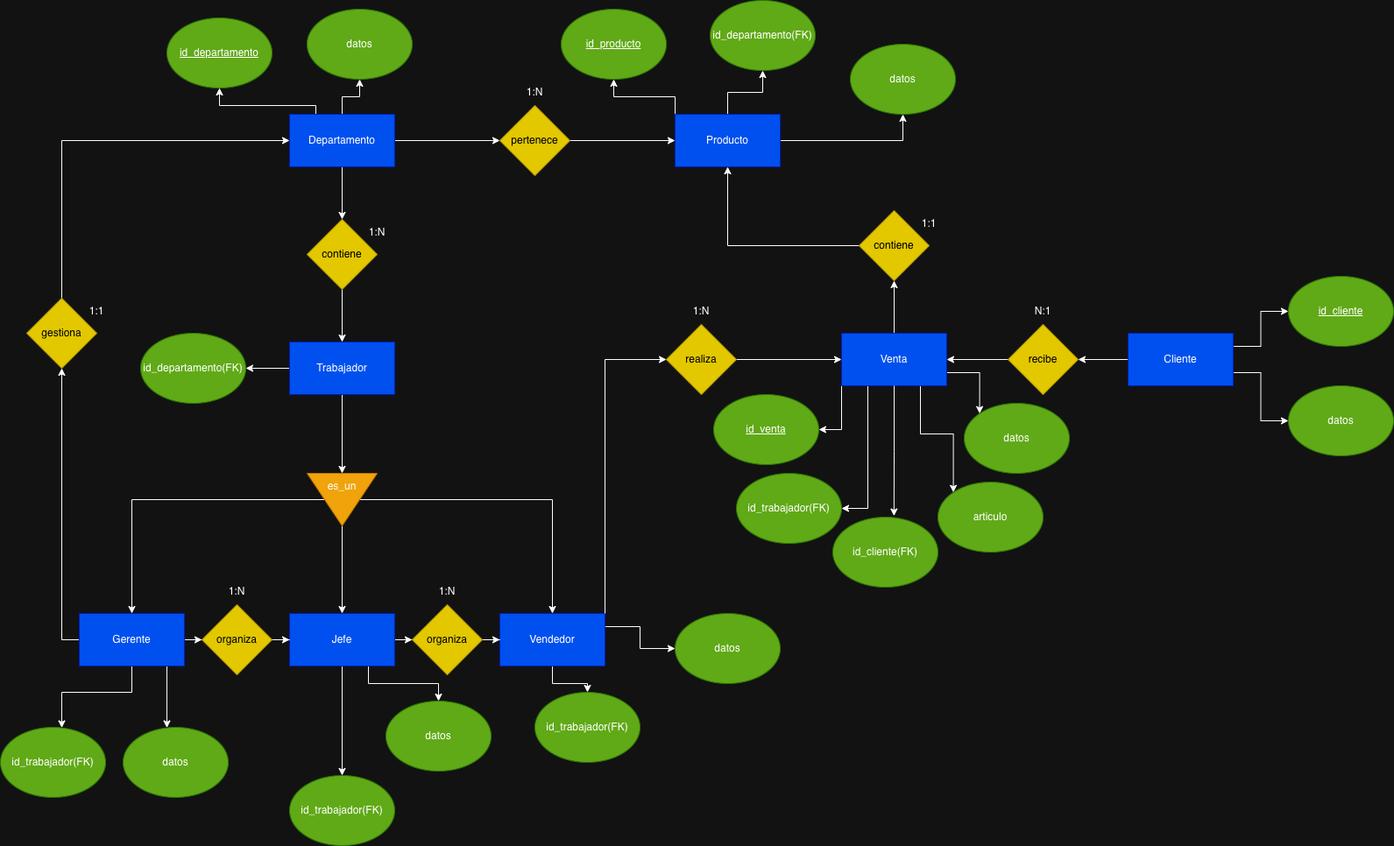
This is Bases de Datos/ER 22 noviembre/Diagrama1.5_ventas.drawio.png from luzmariaalvarez/1DAW, a draw.io export, as it was before one commit. Source tidied: cells renumbered, new cells last; positions are measured from the earlier drawing's top-left corner, leaving out a move shared by most shapes.
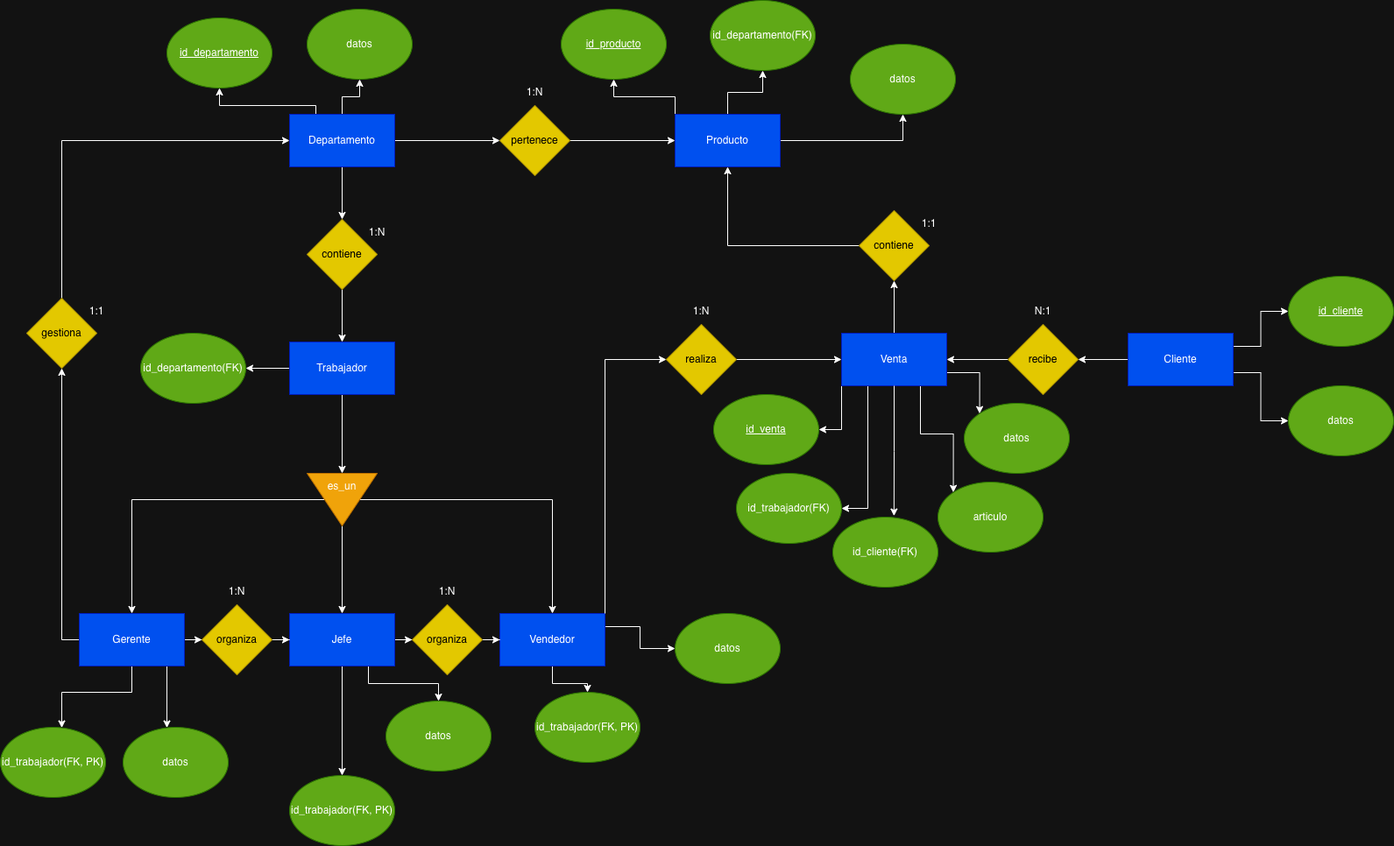
The same file after the commit.

Change to the diagram source:
```diff
@@ -211,7 +211,7 @@
     <mxCell id="66" value="datos" style="ellipse;whiteSpace=wrap;html=1;fillColor=#60a917;strokeColor=#2D7600;fontColor=#ffffff;" parent="1" vertex="1">
       <mxGeometry x="140" y="830" width="120" height="80" as="geometry" />
     </mxCell>
-    <mxCell id="67" value="id_trabajador(FK)" style="ellipse;whiteSpace=wrap;html=1;fillColor=#60a917;strokeColor=#2D7600;fontColor=#ffffff;" parent="1" vertex="1">
+    <mxCell id="67" value="id_trabajador(FK, PK)" style="ellipse;whiteSpace=wrap;html=1;fillColor=#60a917;strokeColor=#2D7600;fontColor=#ffffff;" parent="1" vertex="1">
       <mxGeometry x="330" y="885" width="120" height="80" as="geometry" />
     </mxCell>
     <mxCell id="68" value="datos" style="ellipse;whiteSpace=wrap;html=1;fillColor=#60a917;strokeColor=#2D7600;fontColor=#ffffff;" parent="1" vertex="1">
@@ -262,10 +262,10 @@
     <mxCell id="83" value="id_departamento(FK)" style="ellipse;whiteSpace=wrap;html=1;fillColor=#60a917;strokeColor=#2D7600;fontColor=#ffffff;" parent="1" vertex="1">
       <mxGeometry x="160" y="380" width="120" height="80" as="geometry" />
     </mxCell>
-    <mxCell id="84" value="id_trabajador(FK)" style="ellipse;whiteSpace=wrap;html=1;fillColor=#60a917;strokeColor=#2D7600;fontColor=#ffffff;" parent="1" vertex="1">
+    <mxCell id="84" value="id_trabajador(FK, PK)" style="ellipse;whiteSpace=wrap;html=1;fillColor=#60a917;strokeColor=#2D7600;fontColor=#ffffff;" parent="1" vertex="1">
       <mxGeometry x="610" y="790" width="120" height="80" as="geometry" />
     </mxCell>
-    <mxCell id="85" value="id_trabajador(FK)" style="ellipse;whiteSpace=wrap;html=1;fillColor=#60a917;strokeColor=#2D7600;fontColor=#ffffff;" parent="1" vertex="1">
+    <mxCell id="85" value="id_trabajador(FK, PK)" style="ellipse;whiteSpace=wrap;html=1;fillColor=#60a917;strokeColor=#2D7600;fontColor=#ffffff;" parent="1" vertex="1">
       <mxGeometry y="830" width="120" height="80" as="geometry" />
     </mxCell>
   </root>
```
